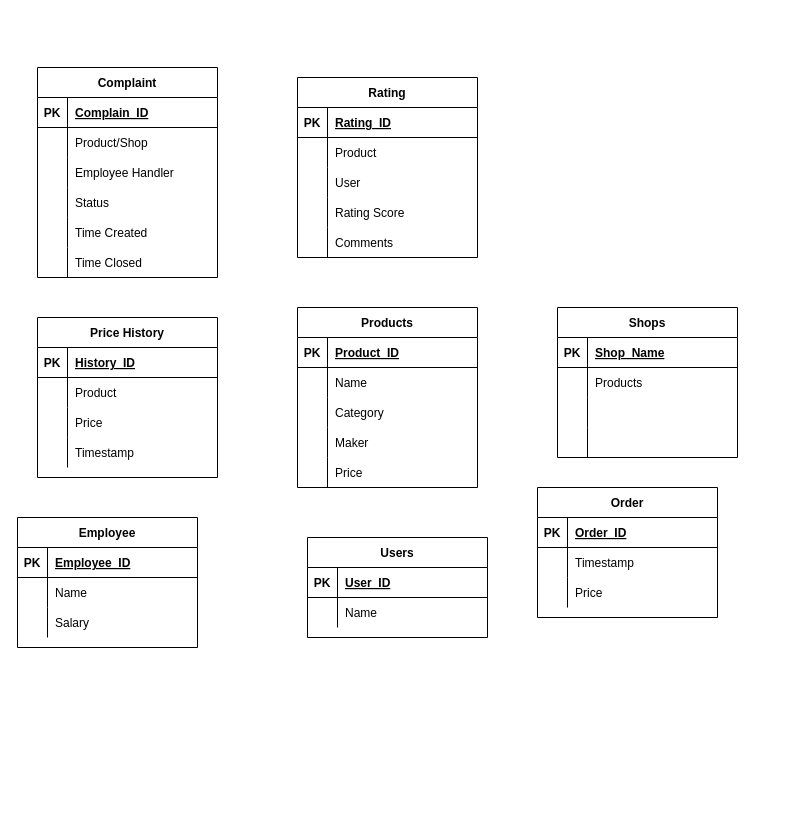
CZ2007-Group-2/Group2 keeps this draw.io diagram as Untitled Diagram.drawio. Above is the earlier version. Source tidied: cells renumbered, new cells numbered last; positions are measured from the earlier drawing's top-left corner, leaving out a move shared by most shapes. Both pictures are drawn from the tidied source at 100%, with x=0, y=0 at pixel (17, 67).
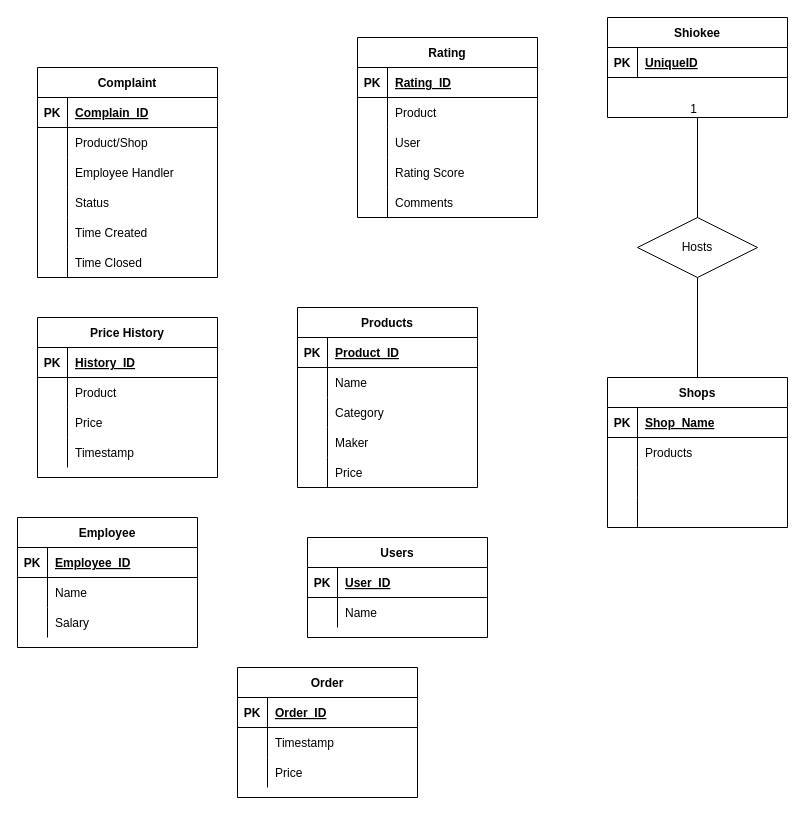
The same diagram, later.

Commit message:
Added relationship between Shops and Shiokee

The edit, as a diff of the source:
```diff
@@
     <mxCell id="2" value="Shops" style="shape=table;startSize=30;childLayout=tableLayout;rowLines=0;fontStyle=1;align=center;" parent="1" vertex="1">
-      <mxGeometry x="540" y="240" width="180" height="150" as="geometry" />
+      <mxGeometry x="590" y="310" width="180" height="150" as="geometry" />
     </mxCell>
@@
     <mxCell id="31" value="Rating" style="shape=table;startSize=30;childLayout=tableLayout;rowLines=0;fontStyle=1;align=center;" parent="1" vertex="1">
-      <mxGeometry x="280" y="10" width="180" height="180" as="geometry" />
+      <mxGeometry x="340" y="-30" width="180" height="180" as="geometry" />
     </mxCell>
@@
     <mxCell id="77" value="Order" style="shape=table;startSize=30;childLayout=tableLayout;rowLines=0;fontStyle=1;align=center;" parent="1" vertex="1">
-      <mxGeometry x="520" y="420" width="180" height="130" as="geometry" />
+      <mxGeometry x="220" y="600" width="180" height="130" as="geometry" />
     </mxCell>
@@
+    <mxCell id="106" value="Shiokee" style="shape=table;startSize=30;childLayout=tableLayout;rowLines=0;fontStyle=1;align=center;" parent="1" vertex="1">
+      <mxGeometry x="590" y="-50" width="180" height="100" as="geometry" />
+    </mxCell>
+    <mxCell id="107" style="shape=tableRow;horizontal=0;startSize=0;swimlaneHead=0;swimlaneBody=0;fillColor=none;top=0;left=0;right=0;bottom=1;" parent="106" vertex="1">
+      <mxGeometry y="30" width="180" height="30" as="geometry" />
+    </mxCell>
+    <mxCell id="108" value="PK" style="shape=partialRectangle;fillColor=none;top=0;left=0;bottom=0;right=0;fontStyle=1;overflow=hidden;" parent="107" vertex="1">
+      <mxGeometry width="30" height="30" as="geometry" />
+    </mxCell>
+    <mxCell id="109" value="UniqueID" style="shape=partialRectangle;fillColor=none;top=0;left=0;bottom=0;right=0;align=left;spacingLeft=6;fontStyle=5;overflow=hidden;" parent="107" vertex="1">
+      <mxGeometry x="30" width="150" height="30" as="geometry" />
+    </mxCell>
+    <mxCell id="110" value="Hosts" style="shape=rhombus;perimeter=rhombusPerimeter;whiteSpace=wrap;html=1;align=center;" parent="1" vertex="1">
+      <mxGeometry x="620" y="150" width="120" height="60" as="geometry" />
+    </mxCell>
+    <mxCell id="111" style="endArrow=none;html=1;rounded=0;exitX=0.5;exitY=0;exitDx=0;exitDy=0;entryX=0.5;entryY=1;entryDx=0;entryDy=0;" parent="1" edge="1" source="2" target="110">
+      <mxGeometry relative="1" as="geometry" />
+    </mxCell>
+    <mxCell id="112" style="endArrow=none;html=1;rounded=0;exitX=0.5;exitY=0;exitDx=0;exitDy=0;entryX=0.5;entryY=1;entryDx=0;entryDy=0;" parent="1" edge="1" source="110" target="106">
+      <mxGeometry relative="1" as="geometry" />
+    </mxCell>
+    <mxCell id="113" value="1" style="html=1;align=right;verticalAlign=bottom;" parent="112" vertex="1">
+      <mxGeometry x="1" relative="1" as="geometry" />
+    </mxCell>
```
